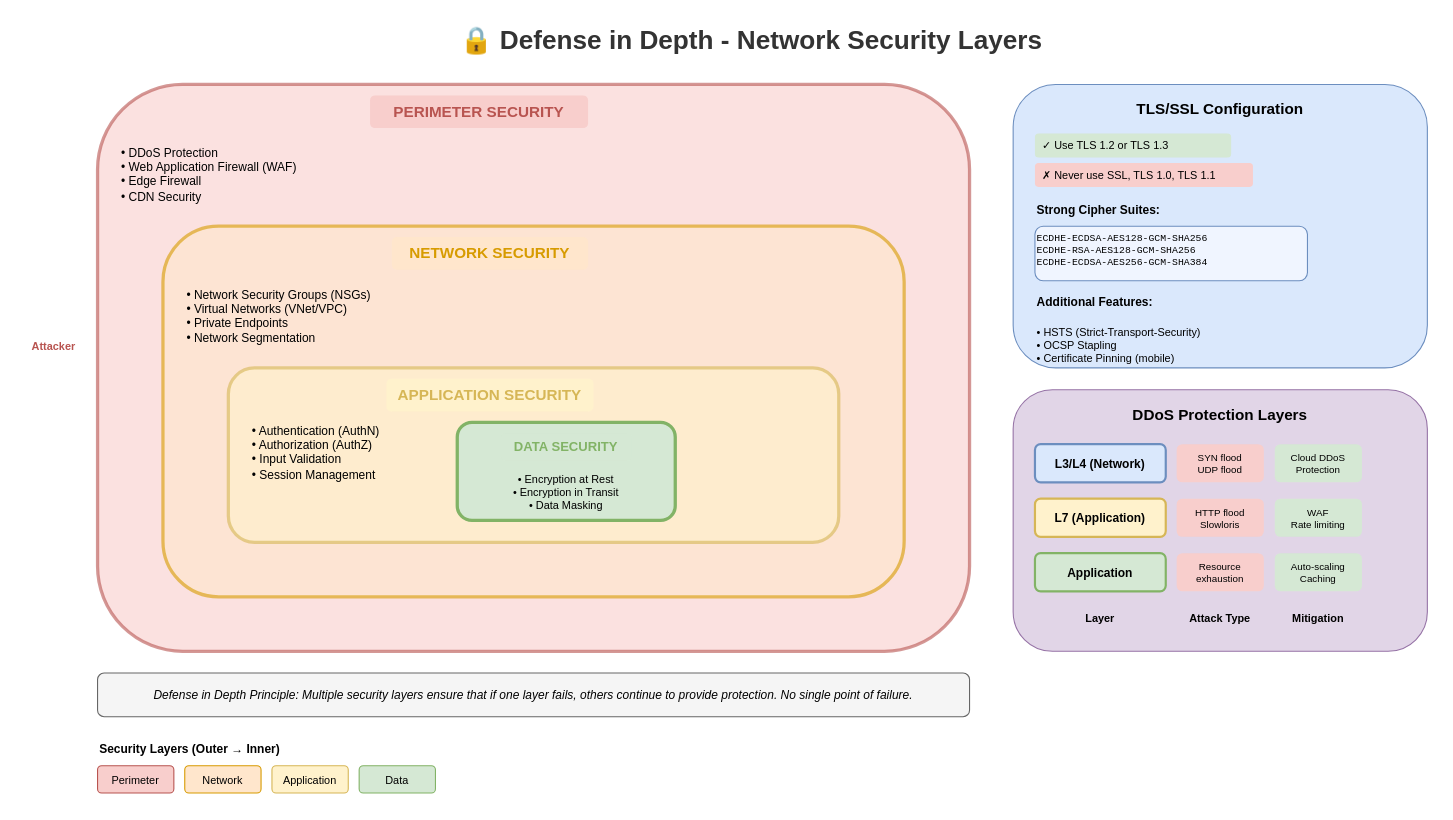
This is lesson-06-security/04-network-security/4.1-defense-in-depth.drawio from MrParkerZ7/document-lesson-software-architect-x-claude, a draw.io file, before an edit. Source tidied: cells renumbered, new cells numbered last; positions are measured from the earlier drawing's top-left corner, leaving out a move shared by most shapes. Both pictures are drawn from the tidied source at 109%, with x=0, y=0 at pixel (21, 19).
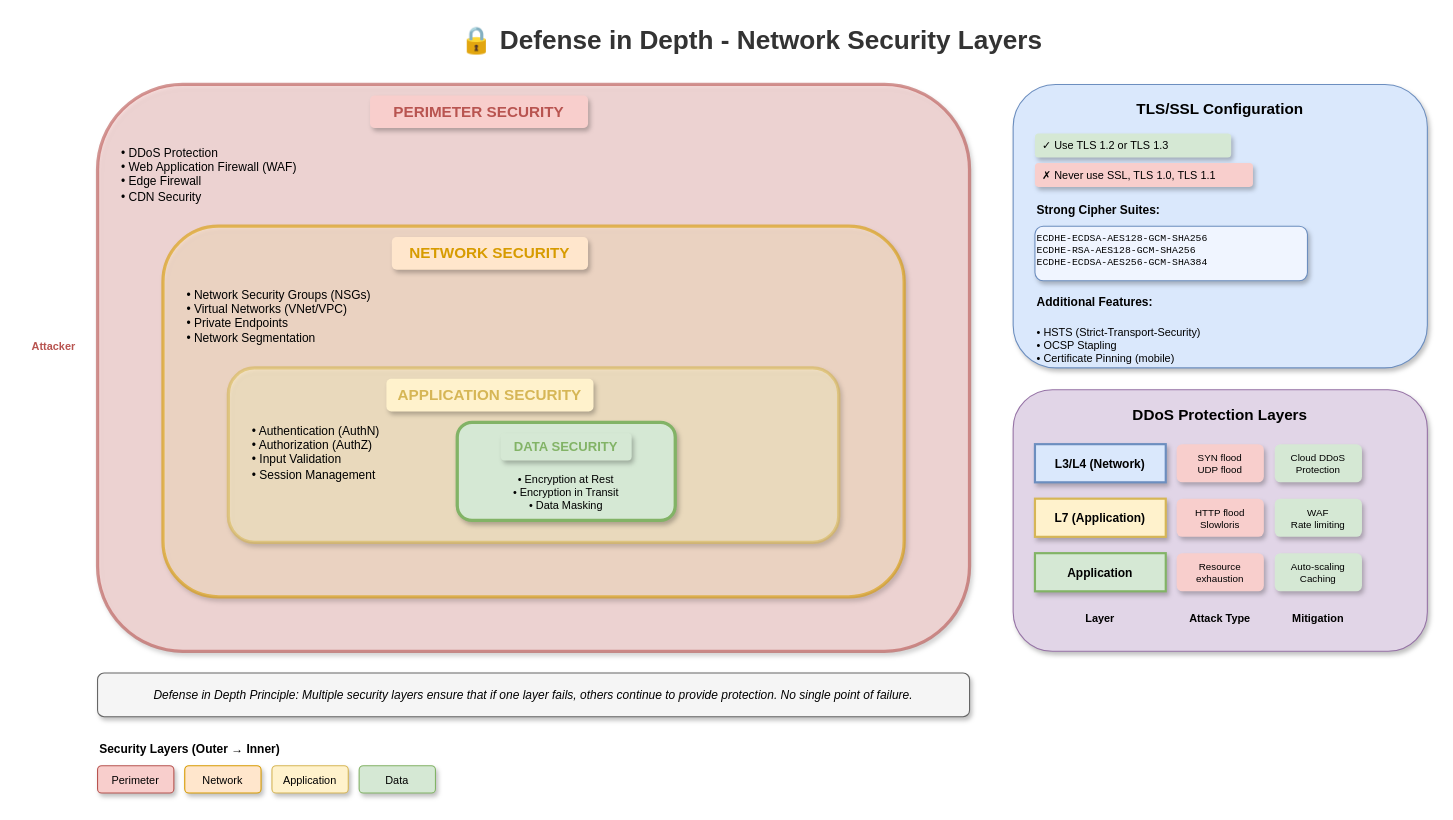
The same page after the edit.

Diff of the diagram source:
```diff
@@
-    <mxCell id="3" style="rounded=1;whiteSpace=wrap;html=1;fillColor=#f8cecc;strokeColor=#b85450;strokeWidth=3;opacity=60;" parent="1" vertex="1">
+    <mxCell id="3" style="rounded=1;whiteSpace=wrap;html=1;fillColor=#f8cecc;strokeColor=#b85450;strokeWidth=3;opacity=60;shadow=1;" parent="1" vertex="1">
       <mxGeometry x="70" y="60" width="800" height="520" as="geometry" />
     </mxCell>
-    <mxCell id="4" value="PERIMETER SECURITY" style="text;html=1;strokeColor=none;fillColor=#f8cecc;align=center;verticalAlign=middle;whiteSpace=wrap;rounded=1;fontSize=14;fontStyle=1;fontColor=#b85450;" parent="1" vertex="1">
+    <mxCell id="4" value="PERIMETER SECURITY" style="text;html=1;strokeColor=none;fillColor=#f8cecc;align=center;verticalAlign=middle;whiteSpace=wrap;rounded=1;fontSize=14;fontStyle=1;fontColor=#b85450;shadow=1;" parent="1" vertex="1">
       <mxGeometry x="320" y="70" width="200" height="30" as="geometry" />
     </mxCell>
@@
-    <mxCell id="6" style="rounded=1;whiteSpace=wrap;html=1;fillColor=#ffe6cc;strokeColor=#d79b00;strokeWidth=3;opacity=60;" parent="1" vertex="1">
+    <mxCell id="6" style="rounded=1;whiteSpace=wrap;html=1;fillColor=#ffe6cc;strokeColor=#d79b00;strokeWidth=3;opacity=60;shadow=1;" parent="1" vertex="1">
       <mxGeometry x="130" y="190" width="680" height="340" as="geometry" />
     </mxCell>
-    <mxCell id="7" value="NETWORK SECURITY" style="text;html=1;strokeColor=none;fillColor=#ffe6cc;align=center;verticalAlign=middle;whiteSpace=wrap;rounded=1;fontSize=14;fontStyle=1;fontColor=#d79b00;" parent="1" vertex="1">
+    <mxCell id="7" value="NETWORK SECURITY" style="text;html=1;strokeColor=none;fillColor=#ffe6cc;align=center;verticalAlign=middle;whiteSpace=wrap;rounded=1;fontSize=14;fontStyle=1;fontColor=#d79b00;shadow=1;" parent="1" vertex="1">
       <mxGeometry x="340" y="200" width="180" height="30" as="geometry" />
     </mxCell>
@@
-    <mxCell id="9" style="rounded=1;whiteSpace=wrap;html=1;fillColor=#fff2cc;strokeColor=#d6b656;strokeWidth=3;opacity=60;" parent="1" vertex="1">
+    <mxCell id="9" style="rounded=1;whiteSpace=wrap;html=1;fillColor=#fff2cc;strokeColor=#d6b656;strokeWidth=3;opacity=60;shadow=1;" parent="1" vertex="1">
       <mxGeometry x="190" y="320" width="560" height="160" as="geometry" />
     </mxCell>
-    <mxCell id="10" value="APPLICATION SECURITY" style="text;html=1;strokeColor=none;fillColor=#fff2cc;align=center;verticalAlign=middle;whiteSpace=wrap;rounded=1;fontSize=14;fontStyle=1;fontColor=#d6b656;" parent="1" vertex="1">
+    <mxCell id="10" value="APPLICATION SECURITY" style="text;html=1;strokeColor=none;fillColor=#fff2cc;align=center;verticalAlign=middle;whiteSpace=wrap;rounded=1;fontSize=14;fontStyle=1;fontColor=#d6b656;shadow=1;" parent="1" vertex="1">
       <mxGeometry x="335" y="330" width="190" height="30" as="geometry" />
     </mxCell>
@@
-    <mxCell id="12" style="rounded=1;whiteSpace=wrap;html=1;fillColor=#d5e8d4;strokeColor=#82b366;strokeWidth=3;" parent="1" vertex="1">
+    <mxCell id="12" style="rounded=1;whiteSpace=wrap;html=1;fillColor=#d5e8d4;strokeColor=#82b366;strokeWidth=3;shadow=1;" parent="1" vertex="1">
       <mxGeometry x="400" y="370" width="200" height="90" as="geometry" />
     </mxCell>
-    <mxCell id="13" value="DATA SECURITY" style="text;html=1;strokeColor=none;fillColor=#d5e8d4;align=center;verticalAlign=middle;whiteSpace=wrap;rounded=1;fontSize=12;fontStyle=1;fontColor=#82b366;" parent="1" vertex="1">
+    <mxCell id="13" value="DATA SECURITY" style="text;html=1;strokeColor=none;fillColor=#d5e8d4;align=center;verticalAlign=middle;whiteSpace=wrap;rounded=1;fontSize=12;fontStyle=1;fontColor=#82b366;shadow=1;" parent="1" vertex="1">
       <mxGeometry x="440" y="380" width="120" height="25" as="geometry" />
     </mxCell>
@@
-    <mxCell id="15" style="rounded=1;whiteSpace=wrap;html=1;fillColor=#dae8fc;strokeColor=#6c8ebf;strokeWidth=1;" parent="1" vertex="1">
+    <mxCell id="15" style="rounded=1;whiteSpace=wrap;html=1;fillColor=#dae8fc;strokeColor=#6c8ebf;strokeWidth=1;shadow=1;" parent="1" vertex="1">
       <mxGeometry x="910" y="60" width="380" height="260" as="geometry" />
     </mxCell>
@@
-    <mxCell id="17" value="✓ Use TLS 1.2 or TLS 1.3" style="text;html=1;strokeColor=none;fillColor=#d5e8d4;align=left;verticalAlign=middle;whiteSpace=wrap;rounded=1;fontSize=10;spacingLeft=5;" parent="1" vertex="1">
+    <mxCell id="17" value="✓ Use TLS 1.2 or TLS 1.3" style="text;html=1;strokeColor=none;fillColor=#d5e8d4;align=left;verticalAlign=middle;whiteSpace=wrap;rounded=1;fontSize=10;spacingLeft=5;shadow=1;" parent="1" vertex="1">
       <mxGeometry x="930" y="105" width="180" height="22" as="geometry" />
     </mxCell>
-    <mxCell id="18" value="✗ Never use SSL, TLS 1.0, TLS 1.1" style="text;html=1;strokeColor=none;fillColor=#f8cecc;align=left;verticalAlign=middle;whiteSpace=wrap;rounded=1;fontSize=10;spacingLeft=5;" parent="1" vertex="1">
+    <mxCell id="18" value="✗ Never use SSL, TLS 1.0, TLS 1.1" style="text;html=1;strokeColor=none;fillColor=#f8cecc;align=left;verticalAlign=middle;whiteSpace=wrap;rounded=1;fontSize=10;spacingLeft=5;shadow=1;" parent="1" vertex="1">
       <mxGeometry x="930" y="132" width="200" height="22" as="geometry" />
     </mxCell>
@@
-    <mxCell id="20" value="ECDHE-ECDSA-AES128-GCM-SHA256&#10;ECDHE-RSA-AES128-GCM-SHA256&#10;ECDHE-ECDSA-AES256-GCM-SHA384" style="text;html=1;strokeColor=#6c8ebf;fillColor=#f0f5ff;align=left;verticalAlign=top;whiteSpace=wrap;rounded=1;fontSize=9;fontFamily=Courier New;" parent="1" vertex="1">
+    <mxCell id="20" value="ECDHE-ECDSA-AES128-GCM-SHA256&#10;ECDHE-RSA-AES128-GCM-SHA256&#10;ECDHE-ECDSA-AES256-GCM-SHA384" style="text;html=1;strokeColor=#6c8ebf;fillColor=#f0f5ff;align=left;verticalAlign=top;whiteSpace=wrap;rounded=1;fontSize=9;fontFamily=Courier New;shadow=1;" parent="1" vertex="1">
       <mxGeometry x="930" y="190" width="250" height="50" as="geometry" />
     </mxCell>
@@
-    <mxCell id="23" style="rounded=1;whiteSpace=wrap;html=1;fillColor=#e1d5e7;strokeColor=#9673a6;strokeWidth=1;" parent="1" vertex="1">
+    <mxCell id="23" style="rounded=1;whiteSpace=wrap;html=1;fillColor=#e1d5e7;strokeColor=#9673a6;strokeWidth=1;shadow=1;" parent="1" vertex="1">
       <mxGeometry x="910" y="340" width="380" height="240" as="geometry" />
     </mxCell>
@@
-    <mxCell id="25" value="L3/L4 (Network)" style="rounded=1;whiteSpace=wrap;html=1;fillColor=#dae8fc;strokeColor=#6c8ebf;strokeWidth=2;fontSize=11;fontStyle=1;" parent="1" vertex="1">
+    <mxCell id="25" value="L3/L4 (Network)" style="rounded=0;whiteSpace=wrap;html=1;fillColor=#dae8fc;strokeColor=#6c8ebf;strokeWidth=2;fontSize=11;fontStyle=1;shadow=1;" parent="1" vertex="1">
       <mxGeometry x="930" y="390" width="120" height="35" as="geometry" />
     </mxCell>
-    <mxCell id="26" value="SYN flood&#10;UDP flood" style="text;html=1;strokeColor=none;fillColor=#f8cecc;align=center;verticalAlign=middle;whiteSpace=wrap;rounded=1;fontSize=9;" parent="1" vertex="1">
+    <mxCell id="26" value="SYN flood&#10;UDP flood" style="text;html=1;strokeColor=none;fillColor=#f8cecc;align=center;verticalAlign=middle;whiteSpace=wrap;rounded=1;fontSize=9;shadow=1;" parent="1" vertex="1">
       <mxGeometry x="1060" y="390" width="80" height="35" as="geometry" />
     </mxCell>
-    <mxCell id="27" value="Cloud DDoS&#10;Protection" style="text;html=1;strokeColor=none;fillColor=#d5e8d4;align=center;verticalAlign=middle;whiteSpace=wrap;rounded=1;fontSize=9;" parent="1" vertex="1">
+    <mxCell id="27" value="Cloud DDoS&#10;Protection" style="text;html=1;strokeColor=none;fillColor=#d5e8d4;align=center;verticalAlign=middle;whiteSpace=wrap;rounded=1;fontSize=9;shadow=1;" parent="1" vertex="1">
       <mxGeometry x="1150" y="390" width="80" height="35" as="geometry" />
     </mxCell>
-    <mxCell id="28" value="L7 (Application)" style="rounded=1;whiteSpace=wrap;html=1;fillColor=#fff2cc;strokeColor=#d6b656;strokeWidth=2;fontSize=11;fontStyle=1;" parent="1" vertex="1">
+    <mxCell id="28" value="L7 (Application)" style="rounded=0;whiteSpace=wrap;html=1;fillColor=#fff2cc;strokeColor=#d6b656;strokeWidth=2;fontSize=11;fontStyle=1;shadow=1;" parent="1" vertex="1">
       <mxGeometry x="930" y="440" width="120" height="35" as="geometry" />
     </mxCell>
-    <mxCell id="29" value="HTTP flood&#10;Slowloris" style="text;html=1;strokeColor=none;fillColor=#f8cecc;align=center;verticalAlign=middle;whiteSpace=wrap;rounded=1;fontSize=9;" parent="1" vertex="1">
+    <mxCell id="29" value="HTTP flood&#10;Slowloris" style="text;html=1;strokeColor=none;fillColor=#f8cecc;align=center;verticalAlign=middle;whiteSpace=wrap;rounded=1;fontSize=9;shadow=1;" parent="1" vertex="1">
       <mxGeometry x="1060" y="440" width="80" height="35" as="geometry" />
     </mxCell>
-    <mxCell id="30" value="WAF&#10;Rate limiting" style="text;html=1;strokeColor=none;fillColor=#d5e8d4;align=center;verticalAlign=middle;whiteSpace=wrap;rounded=1;fontSize=9;" parent="1" vertex="1">
+    <mxCell id="30" value="WAF&#10;Rate limiting" style="text;html=1;strokeColor=none;fillColor=#d5e8d4;align=center;verticalAlign=middle;whiteSpace=wrap;rounded=1;fontSize=9;shadow=1;" parent="1" vertex="1">
       <mxGeometry x="1150" y="440" width="80" height="35" as="geometry" />
     </mxCell>
-    <mxCell id="31" value="Application" style="rounded=1;whiteSpace=wrap;html=1;fillColor=#d5e8d4;strokeColor=#82b366;strokeWidth=2;fontSize=11;fontStyle=1;" parent="1" vertex="1">
+    <mxCell id="31" value="Application" style="rounded=0;whiteSpace=wrap;html=1;fillColor=#d5e8d4;strokeColor=#82b366;strokeWidth=2;fontSize=11;fontStyle=1;shadow=1;" parent="1" vertex="1">
       <mxGeometry x="930" y="490" width="120" height="35" as="geometry" />
     </mxCell>
-    <mxCell id="32" value="Resource&#10;exhaustion" style="text;html=1;strokeColor=none;fillColor=#f8cecc;align=center;verticalAlign=middle;whiteSpace=wrap;rounded=1;fontSize=9;" parent="1" vertex="1">
+    <mxCell id="32" value="Resource&#10;exhaustion" style="text;html=1;strokeColor=none;fillColor=#f8cecc;align=center;verticalAlign=middle;whiteSpace=wrap;rounded=1;fontSize=9;shadow=1;" parent="1" vertex="1">
       <mxGeometry x="1060" y="490" width="80" height="35" as="geometry" />
     </mxCell>
-    <mxCell id="33" value="Auto-scaling&#10;Caching" style="text;html=1;strokeColor=none;fillColor=#d5e8d4;align=center;verticalAlign=middle;whiteSpace=wrap;rounded=1;fontSize=9;" parent="1" vertex="1">
+    <mxCell id="33" value="Auto-scaling&#10;Caching" style="text;html=1;strokeColor=none;fillColor=#d5e8d4;align=center;verticalAlign=middle;whiteSpace=wrap;rounded=1;fontSize=9;shadow=1;" parent="1" vertex="1">
       <mxGeometry x="1150" y="490" width="80" height="35" as="geometry" />
     </mxCell>
@@
-    <mxCell id="37" style="shape=flexArrow;endArrow=classic;html=1;strokeWidth=2;fillColor=#f8cecc;strokeColor=#b85450;" parent="1" vertex="1">
+    <mxCell id="37" style="shape=flexArrow;endArrow=classic;html=1;strokeWidth=2;fillColor=#f8cecc;strokeColor=#b85450;shadow=1;curved=1;flowAnimation=1;jumpStyle=arc;" parent="1" vertex="1">
       <mxGeometry x="20" y="320" width="50" height="30" as="geometry" />
     </mxCell>
@@
-    <mxCell id="39" value="Defense in Depth Principle: Multiple security layers ensure that if one layer fails, others continue to provide protection. No single point of failure." style="text;html=1;strokeColor=#666666;fillColor=#f5f5f5;align=center;verticalAlign=middle;whiteSpace=wrap;rounded=1;fontSize=11;fontStyle=2;" parent="1" vertex="1">
+    <mxCell id="39" value="Defense in Depth Principle: Multiple security layers ensure that if one layer fails, others continue to provide protection. No single point of failure." style="text;html=1;strokeColor=#666666;fillColor=#f5f5f5;align=center;verticalAlign=middle;whiteSpace=wrap;rounded=1;fontSize=11;fontStyle=2;shadow=1;" parent="1" vertex="1">
       <mxGeometry x="70" y="600" width="800" height="40" as="geometry" />
     </mxCell>
@@
-    <mxCell id="41" value="Perimeter" style="rounded=1;whiteSpace=wrap;html=1;fillColor=#f8cecc;strokeColor=#b85450;fontSize=10;" parent="1" vertex="1">
+    <mxCell id="41" value="Perimeter" style="rounded=1;whiteSpace=wrap;html=1;fillColor=#f8cecc;strokeColor=#b85450;fontSize=10;shadow=1;" parent="1" vertex="1">
       <mxGeometry x="70" y="685" width="70" height="25" as="geometry" />
     </mxCell>
-    <mxCell id="42" value="Network" style="rounded=1;whiteSpace=wrap;html=1;fillColor=#ffe6cc;strokeColor=#d79b00;fontSize=10;" parent="1" vertex="1">
+    <mxCell id="42" value="Network" style="rounded=1;whiteSpace=wrap;html=1;fillColor=#ffe6cc;strokeColor=#d79b00;fontSize=10;shadow=1;" parent="1" vertex="1">
       <mxGeometry x="150" y="685" width="70" height="25" as="geometry" />
     </mxCell>
-    <mxCell id="43" value="Application" style="rounded=1;whiteSpace=wrap;html=1;fillColor=#fff2cc;strokeColor=#d6b656;fontSize=10;" parent="1" vertex="1">
+    <mxCell id="43" value="Application" style="rounded=1;whiteSpace=wrap;html=1;fillColor=#fff2cc;strokeColor=#d6b656;fontSize=10;shadow=1;" parent="1" vertex="1">
       <mxGeometry x="230" y="685" width="70" height="25" as="geometry" />
     </mxCell>
-    <mxCell id="44" value="Data" style="rounded=1;whiteSpace=wrap;html=1;fillColor=#d5e8d4;strokeColor=#82b366;fontSize=10;" parent="1" vertex="1">
+    <mxCell id="44" value="Data" style="rounded=1;whiteSpace=wrap;html=1;fillColor=#d5e8d4;strokeColor=#82b366;fontSize=10;shadow=1;" parent="1" vertex="1">
       <mxGeometry x="310" y="685" width="70" height="25" as="geometry" />
     </mxCell>
```
